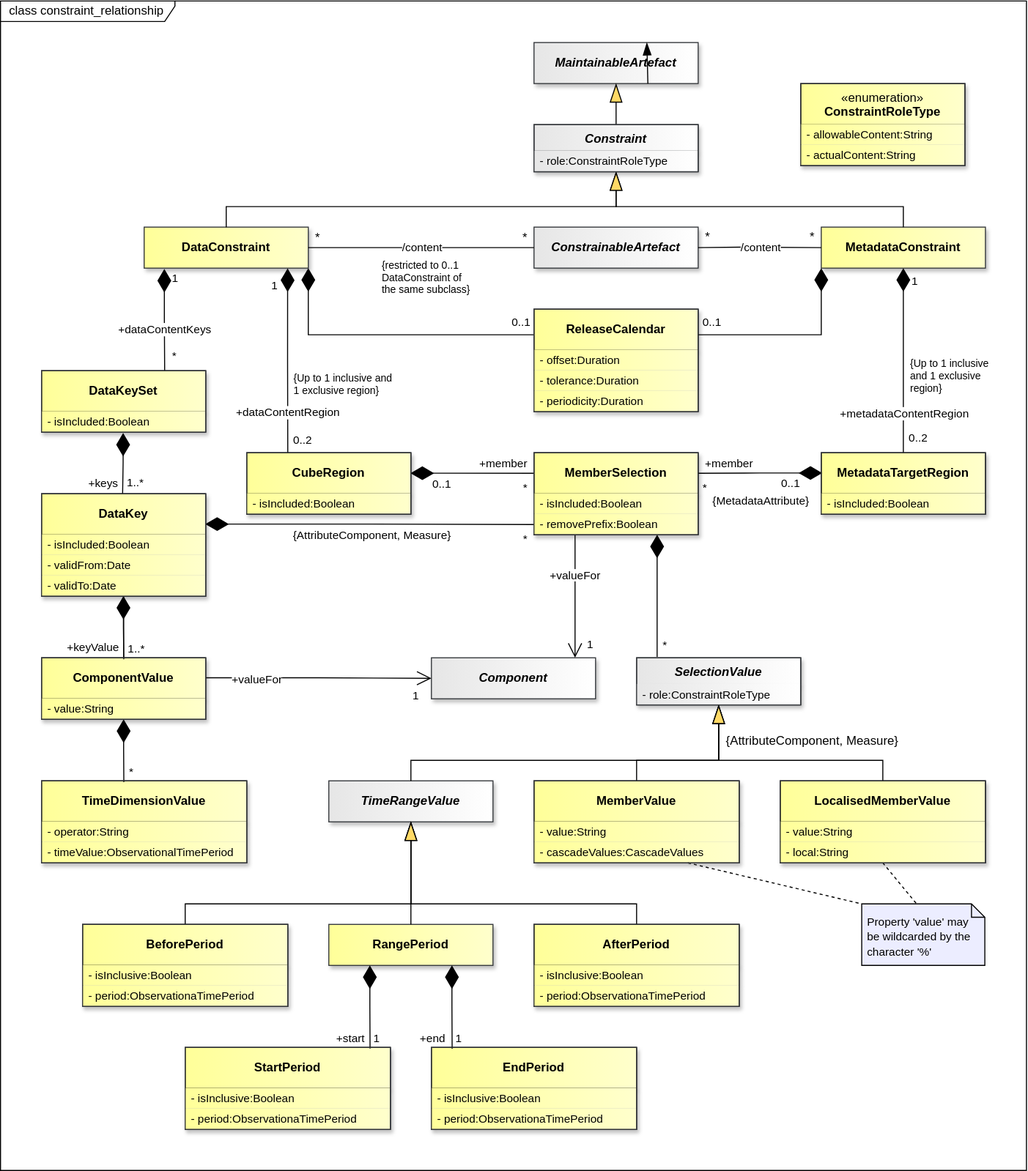
sdmx-twg/sdmx-im keeps this draw.io diagram as docs/information_model/media/sdmx_registry-constraint_relationship.svg. Above is the earlier version. Source tidied: cells renumbered, new cells last; positions are measured from the earlier drawing's top-left corner, leaving out a move shared by most shapes.
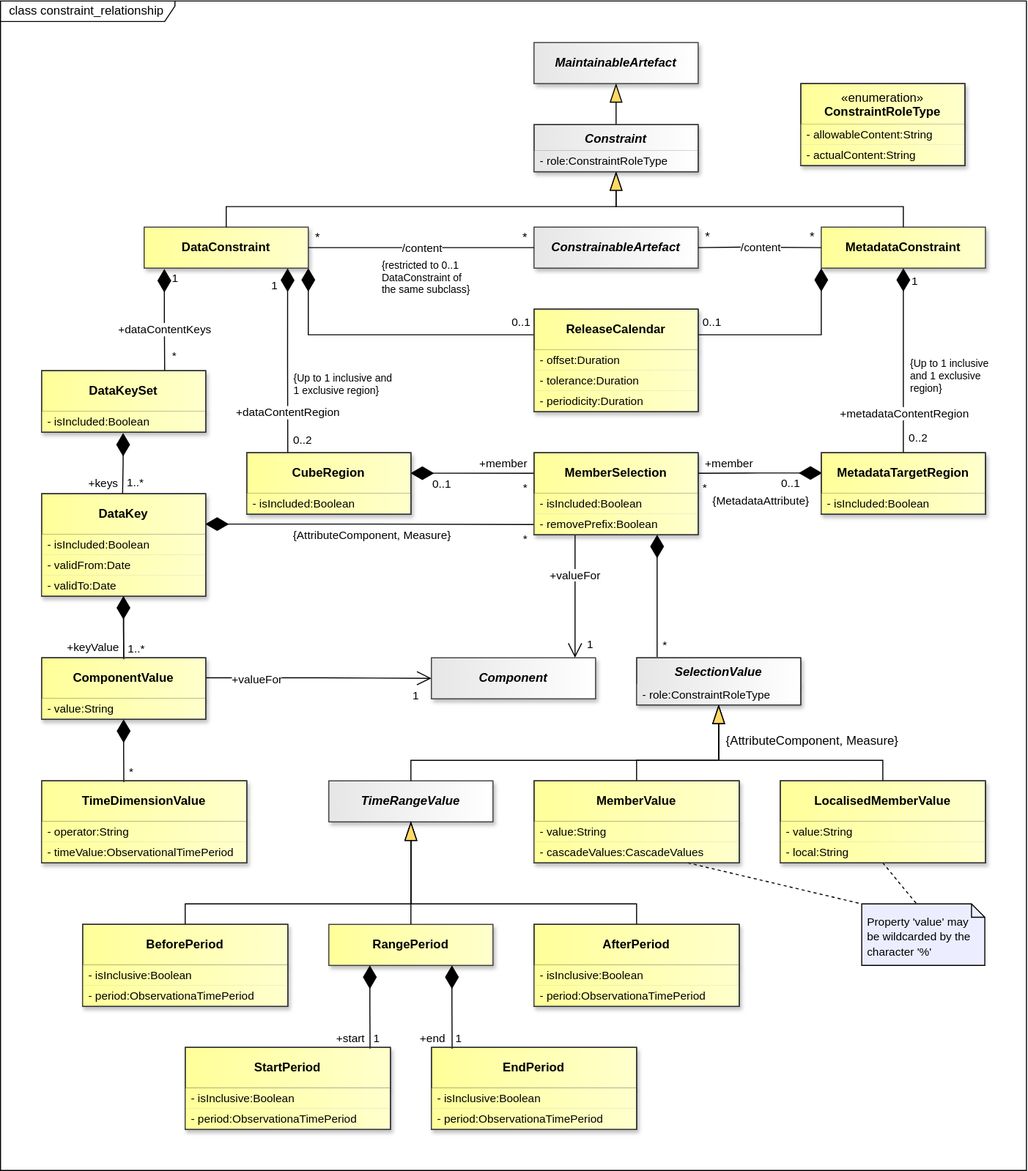
After the commit.

Change to the diagram source:
```diff
@@ -134,12 +134,6 @@
     <mxCell id="45" value="MaintainableArtefact" style="whiteSpace=wrap;html=1;verticalAlign=middle;gradientDirection=east;imageVerticalAlign=top;fontStyle=3;fillColor=light-dark(#E6E6E6,#E6E6E6);strokeColor=#36393d;fontColor=light-dark(#000000,#000000);gradientColor=light-dark(#FFFFFF,#FFFFFF);shadow=1;" parent="1" vertex="1">
       <mxGeometry x="520" y="40" width="160" height="40" as="geometry" />
     </mxCell>
-    <mxCell id="46" style="endArrow=blockThin;endSize=10;endFill=1;html=1;rounded=0;entryX=0.5;entryY=1;entryDx=0;entryDy=0;startFill=0;endFillColor=light-dark(#000000,#FFFFFF);strokeColor=light-dark(#000000,#FFFFFF);startFillColor=light-dark(#000000,#FFFFFF);labelBackgroundColor=none;labelBorderColor=light-dark(#000000,#FFFFFF);exitX=0.5;exitY=0;exitDx=0;exitDy=0;" parent="1" edge="1">
-      <mxGeometry x="-0.72" relative="1" as="geometry">
-        <mxPoint x="631" y="80" as="sourcePoint" />
-        <mxPoint x="630" y="40" as="targetPoint" />
-      </mxGeometry>
-    </mxCell>
     <mxCell id="47" style="endArrow=blockThin;endSize=16;endFill=1;html=1;rounded=0;entryX=0.5;entryY=1;entryDx=0;entryDy=0;startFill=0;endFillColor=light-dark(#FFD966,#FFD966);strokeColor=light-dark(#000000,#FFFFFF);startFillColor=light-dark(#000000,#FFFFFF);labelBackgroundColor=none;labelBorderColor=light-dark(#000000,#FFFFFF);exitX=0.5;exitY=0;exitDx=0;exitDy=0;" parent="1" edge="1" source="81" target="45">
       <mxGeometry x="-0.4" relative="1" as="geometry" />
     </mxCell>
```
